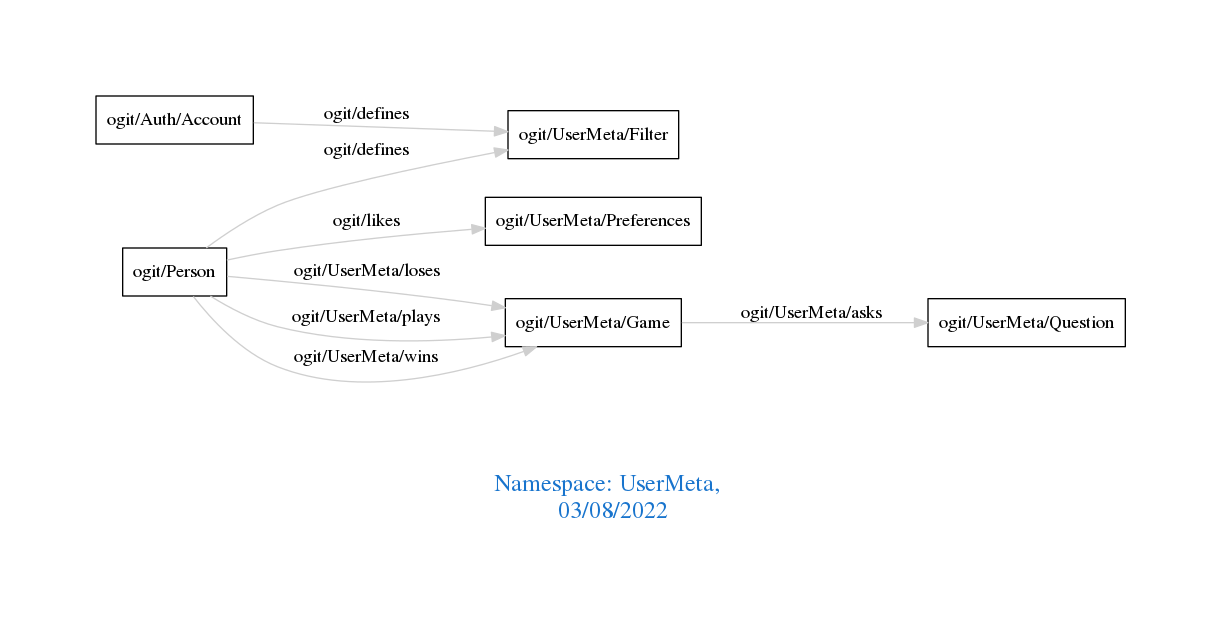
Before: downloads/UserMeta.png, a diagram exported from Graphviz (arago/OGIT). Its source is kept beside it as downloads/UserMeta.dot.
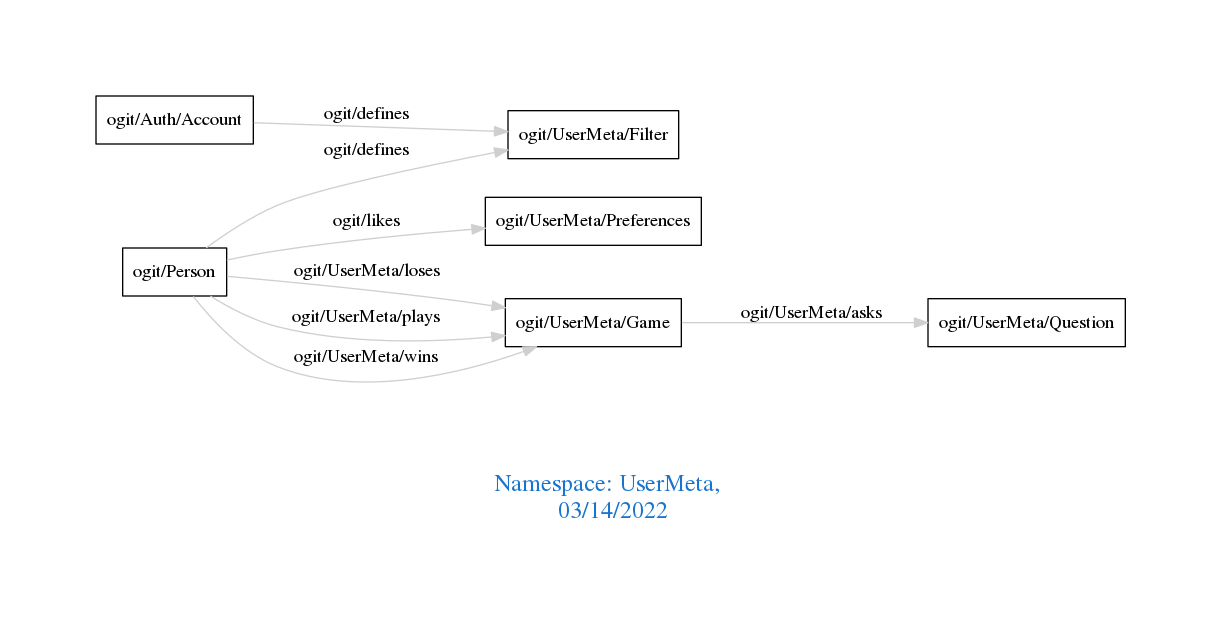
After the commit.

What changed in the source:
```diff
@@ -1,7 +1,7 @@
 digraph OGIT_ontology {
  graph [ rankdir= LR,pad=1
 fontsize = 18,
-fontcolor= dodgerblue3,label = "\n\n\nNamespace: UserMeta, \n 03/08/2022"];
+fontcolor= dodgerblue3,label = "\n\n\nNamespace: UserMeta, \n 03/14/2022"];
 node[shape=polygon];
 edge [  color="gray81"];
 
```
